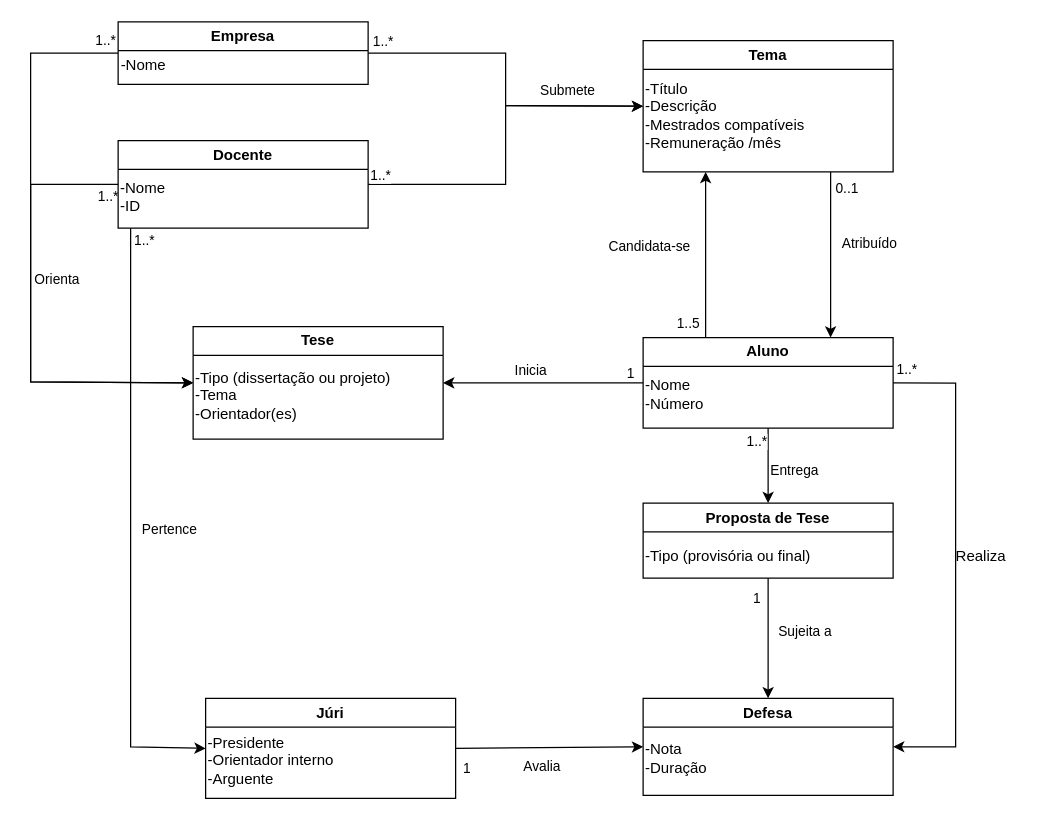
JorgeCaldeira/CSS-fase1 keeps this draw.io diagram as page "Modelo UML" (1 of 2) of CSS_domainModel.drawio. Above is the earlier version. Source tidied: cells renumbered, new cells numbered last; positions are measured from the earlier drawing's top-left corner, leaving out a move shared by most shapes. Both pictures are drawn from the tidied source at 125%, with x=0, y=0 at pixel (30, 21).
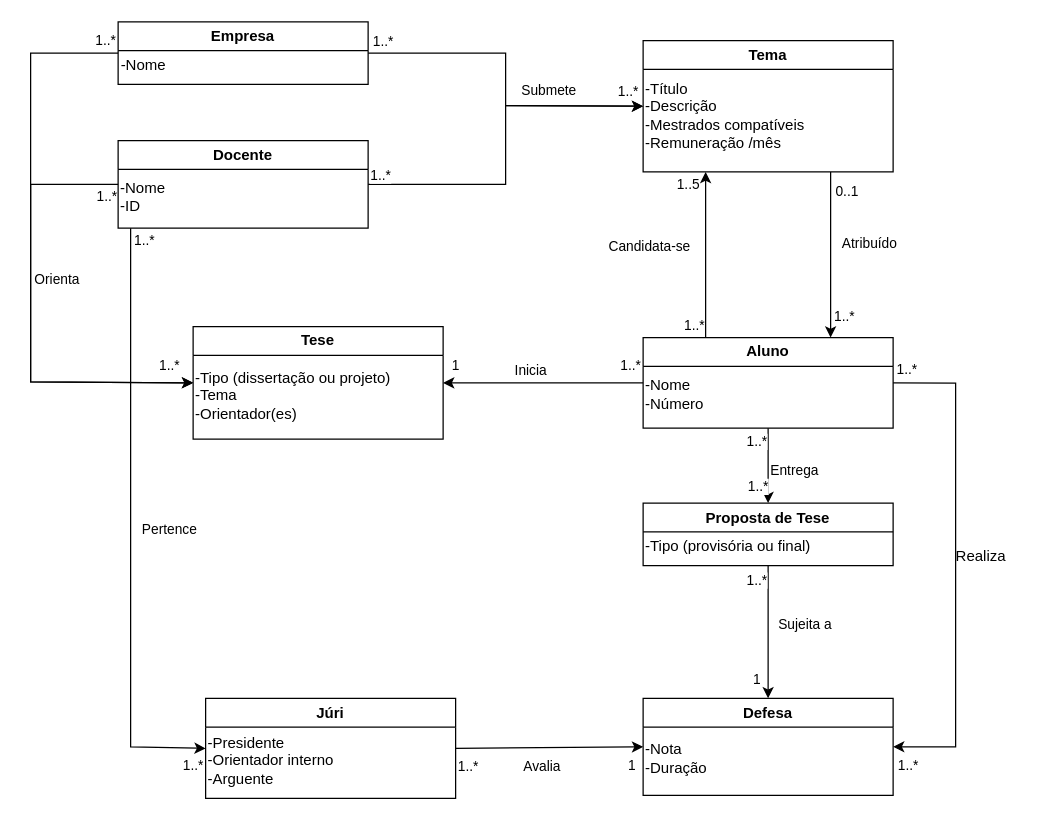
The same diagram, later.

Unchanged cells that the change refers to:
```xml
<mxCell id="4" style="edgeStyle=none;rounded=0;jettySize=auto;html=1;exitX=0.5;exitY=1;exitDx=0;exitDy=0;entryX=0.5;entryY=0;entryDx=0;entryDy=0;" parent="1" edge="1" source="7" target="46">
  <mxGeometry relative="1" as="geometry" />
</mxCell>
<mxCell id="9" style="edgeStyle=none;rounded=0;jettySize=auto;html=1;exitX=0.25;exitY=0;exitDx=0;exitDy=0;entryX=0.25;entryY=1;entryDx=0;entryDy=0;" parent="1" edge="1" source="19" target="24">
  <mxGeometry relative="1" as="geometry" />
</mxCell>
<mxCell id="11" style="edgeStyle=none;rounded=0;jettySize=auto;html=1;exitX=0;exitY=0.5;exitDx=0;exitDy=0;entryX=1;entryY=0.5;entryDx=0;entryDy=0;" parent="1" edge="1" source="19" target="2">
  <mxGeometry relative="1" as="geometry" />
</mxCell>
<mxCell id="14" style="edgeStyle=none;rounded=0;jettySize=auto;html=1;exitX=0.5;exitY=1;exitDx=0;exitDy=0;entryX=0.5;entryY=0;entryDx=0;entryDy=0;" parent="1" edge="1" source="19" target="7">
  <mxGeometry relative="1" as="geometry" />
</mxCell>
<mxCell id="17" style="edgeStyle=none;rounded=0;jettySize=auto;html=1;exitX=1;exitY=0.5;exitDx=0;exitDy=0;entryX=1;entryY=0.5;entryDx=0;entryDy=0;" parent="1" edge="1" source="19" target="46">
  <mxGeometry relative="1" as="geometry">
    <Array as="points">
      <mxPoint x="740" y="289" />
      <mxPoint x="740" y="580" />
    </Array>
  </mxGeometry>
</mxCell>
<mxCell id="21" style="edgeStyle=none;rounded=0;jettySize=auto;html=1;exitX=0.75;exitY=1;exitDx=0;exitDy=0;entryX=0.75;entryY=0;entryDx=0;entryDy=0;" parent="1" edge="1" source="24" target="19">
  <mxGeometry relative="1" as="geometry" />
</mxCell>
<mxCell id="29" style="edgeStyle=none;rounded=0;jettySize=auto;html=1;exitX=0;exitY=0.5;exitDx=0;exitDy=0;entryX=0;entryY=0.5;entryDx=0;entryDy=0;" parent="1" edge="1" source="35" target="2">
  <mxGeometry relative="1" as="geometry">
    <Array as="points">
      <mxPoint y="130" />
      <mxPoint y="288" />
    </Array>
  </mxGeometry>
</mxCell>
<mxCell id="32" style="edgeStyle=none;rounded=0;jettySize=auto;html=1;entryX=0;entryY=0.5;entryDx=0;entryDy=0;" parent="1" edge="1" target="26">
  <mxGeometry relative="1" as="geometry">
    <mxPoint x="80" y="165" as="sourcePoint" />
    <Array as="points">
      <mxPoint x="80" y="580" />
    </Array>
  </mxGeometry>
</mxCell>
<mxCell id="37" style="edgeStyle=none;rounded=0;jettySize=auto;html=1;exitX=0;exitY=0.5;exitDx=0;exitDy=0;entryX=0;entryY=0.5;entryDx=0;entryDy=0;" parent="1" edge="1" source="39" target="2">
  <mxGeometry relative="1" as="geometry">
    <Array as="points">
      <mxPoint y="25" />
      <mxPoint y="288" />
    </Array>
  </mxGeometry>
</mxCell>
<mxCell id="41" style="edgeStyle=none;rounded=0;jettySize=auto;html=1;exitX=1;exitY=0.5;exitDx=0;exitDy=0;entryX=0;entryY=0.5;entryDx=0;entryDy=0;" parent="1" edge="1" source="39" target="24">
  <mxGeometry relative="1" as="geometry">
    <Array as="points">
      <mxPoint x="380" y="25" />
      <mxPoint x="380" y="67" />
    </Array>
  </mxGeometry>
</mxCell>
<mxCell id="46" value="Defesa" style="swimlane;whiteSpace=wrap;html=1;" parent="1" vertex="1">
  <mxGeometry x="490" y="541.2" width="200" height="77.5" as="geometry" />
</mxCell>
<mxCell id="49" style="edgeStyle=none;rounded=0;jettySize=auto;html=1;exitX=1;exitY=0.5;exitDx=0;exitDy=0;entryX=0;entryY=0.5;entryDx=0;entryDy=0;" parent="1" edge="1" source="26" target="46">
  <mxGeometry relative="1" as="geometry" />
</mxCell>
```

Change to the diagram source:
```diff
@@
     <mxCell id="6" value="1" style="edgeLabel;html=1;align=center;verticalAlign=middle;" parent="4" vertex="1">
       <mxGeometry x="-0.61" y="11" relative="1" as="geometry">
-        <mxPoint x="-21" y="-4" as="offset" />
+        <mxPoint x="-21" y="69" as="offset" />
       </mxGeometry>
     </mxCell>
+    <mxCell id="52" value="1..*" style="edgeLabel;html=1;align=center;verticalAlign=middle;" parent="4" vertex="1">
+      <mxGeometry x="-0.69" y="1" relative="1" as="geometry">
+        <mxPoint x="-11" y="-5" as="offset" />
+      </mxGeometry>
+    </mxCell>
     <mxCell id="7" value="Proposta de Tese" style="swimlane;whiteSpace=wrap;html=1;" parent="1" vertex="1">
-      <mxGeometry x="490" y="385" width="200" height="60" as="geometry" />
+      <mxGeometry x="490" y="385" width="200" height="50" as="geometry" />
     </mxCell>
-    <mxCell id="8" value="-Tipo (provisória ou final)&lt;div&gt;&lt;br&gt;&lt;/div&gt;" style="text;html=1;align=left;verticalAlign=middle;strokeColor=none;fillColor=none;" parent="7" vertex="1">
-      <mxGeometry y="30" width="160" height="40" as="geometry" />
+    <mxCell id="8" value="-Tipo (provisória ou final)" style="text;html=1;align=left;verticalAlign=middle;strokeColor=none;fillColor=none;" parent="7" vertex="1">
+      <mxGeometry y="20" width="160" height="30" as="geometry" />
     </mxCell>
@@
     <mxCell id="10" value="1..5" style="edgeLabel;html=1;align=center;verticalAlign=middle;" parent="9" vertex="1">
       <mxGeometry x="-0.73" y="11" relative="1" as="geometry">
-        <mxPoint x="-4" y="6" as="offset" />
+        <mxPoint x="-4" y="-105" as="offset" />
       </mxGeometry>
     </mxCell>
+    <mxCell id="53" value="1..*" style="edgeLabel;html=1;align=center;verticalAlign=middle;" parent="9" vertex="1">
+      <mxGeometry x="-0.85" y="-3" relative="1" as="geometry">
+        <mxPoint x="-13" as="offset" />
+      </mxGeometry>
+    </mxCell>
@@
     <mxCell id="13" value="1" style="edgeLabel;html=1;align=center;verticalAlign=middle;" parent="11" vertex="1">
       <mxGeometry x="-0.8" y="-8" relative="1" as="geometry">
-        <mxPoint x="6" as="offset" />
+        <mxPoint x="-134" y="-6" as="offset" />
       </mxGeometry>
     </mxCell>
+    <mxCell id="54" value="1..*" style="edgeLabel;html=1;align=center;verticalAlign=middle;" parent="11" vertex="1">
+      <mxGeometry x="-0.65" y="3" relative="1" as="geometry">
+        <mxPoint x="17" y="-17" as="offset" />
+      </mxGeometry>
+    </mxCell>
@@
-    <mxCell id="16" value="1..*" style="edgeLabel;html=1;align=center;verticalAlign=middle;" parent="14" vertex="1">
-      <mxGeometry x="-0.54" y="-11" relative="1" as="geometry">
-        <mxPoint x="1" y="-4" as="offset" />
-      </mxGeometry>
-    </mxCell>
@@
+    <mxCell id="55" value="1..*" style="edgeLabel;html=1;align=center;verticalAlign=middle;" parent="17" vertex="1">
+      <mxGeometry x="0.93" y="-2" relative="1" as="geometry">
+        <mxPoint x="-3" y="17" as="offset" />
+      </mxGeometry>
+    </mxCell>
@@
     <mxCell id="23" value="0..1" style="edgeLabel;html=1;align=center;verticalAlign=middle;" parent="21" vertex="1">
       <mxGeometry x="-0.73" y="12" relative="1" as="geometry">
-        <mxPoint y="-6" as="offset" />
+        <mxPoint y="-3" as="offset" />
       </mxGeometry>
     </mxCell>
+    <mxCell id="56" value="1..*" style="edgeLabel;html=1;align=center;verticalAlign=middle;" parent="21" vertex="1">
+      <mxGeometry x="0.49" y="-4" relative="1" as="geometry">
+        <mxPoint x="14" y="16" as="offset" />
+      </mxGeometry>
+    </mxCell>
@@
     <mxCell id="31" value="1..*" style="edgeLabel;html=1;align=center;verticalAlign=middle;" parent="29" vertex="1">
       <mxGeometry x="-0.86" y="9" relative="1" as="geometry">
-        <mxPoint x="16" as="offset" />
+        <mxPoint x="15" as="offset" />
       </mxGeometry>
     </mxCell>
@@
+    <mxCell id="57" value="1..*" style="edgeLabel;html=1;align=center;verticalAlign=middle;" parent="32" vertex="1">
+      <mxGeometry x="0.91" relative="1" as="geometry">
+        <mxPoint x="11" y="14" as="offset" />
+      </mxGeometry>
+    </mxCell>
@@
+    <mxCell id="58" value="1..*" style="edgeLabel;html=1;align=center;verticalAlign=middle;" parent="37" vertex="1">
+      <mxGeometry x="0.92" relative="1" as="geometry">
+        <mxPoint y="-14" as="offset" />
+      </mxGeometry>
+    </mxCell>
@@
+    <mxCell id="59" value="1..*" style="edgeLabel;html=1;align=center;verticalAlign=middle;" parent="41" vertex="1">
+      <mxGeometry x="0.91" y="-6" relative="1" as="geometry">
+        <mxPoint y="-18" as="offset" />
+      </mxGeometry>
+    </mxCell>
     <mxCell id="43" value="&lt;font style=&quot;font-size: 11px;&quot;&gt;Submete&lt;/font&gt;" style="text;html=1;align=center;verticalAlign=middle;whiteSpace=wrap;rounded=0;" parent="1" vertex="1">
-      <mxGeometry x="395" y="50" width="70" height="10" as="geometry" />
+      <mxGeometry x="380" y="50" width="70" height="10" as="geometry" />
     </mxCell>
@@
+    <mxCell id="51" value="1" style="edgeLabel;html=1;align=center;verticalAlign=middle;" parent="46" vertex="1">
+      <mxGeometry x="-10" y="53.8" as="geometry">
+        <mxPoint y="-1" as="offset" />
+      </mxGeometry>
+    </mxCell>
@@
-    <mxCell id="51" value="1" style="edgeLabel;html=1;align=center;verticalAlign=middle;" parent="49" vertex="1">
-      <mxGeometry x="-0.72" y="1" relative="1" as="geometry">
-        <mxPoint x="-12" y="16" as="offset" />
-      </mxGeometry>
-    </mxCell>
+    <mxCell id="60" value="1..*" style="edgeLabel;html=1;align=center;verticalAlign=middle;" parent="1" vertex="1">
+      <mxGeometry x="580" y="335.1" as="geometry" />
+    </mxCell>
+    <mxCell id="61" value="1..*" style="edgeLabel;html=1;align=center;verticalAlign=middle;" parent="1" vertex="1">
+      <mxGeometry x="590" y="345" as="geometry">
+        <mxPoint x="-9" y="26" as="offset" />
+      </mxGeometry>
+    </mxCell>
+    <mxCell id="62" value="1..*" style="edgeLabel;html=1;align=center;verticalAlign=middle;" parent="1" vertex="1">
+      <mxGeometry x="349.4" y="595.1" as="geometry" />
+    </mxCell>
```
